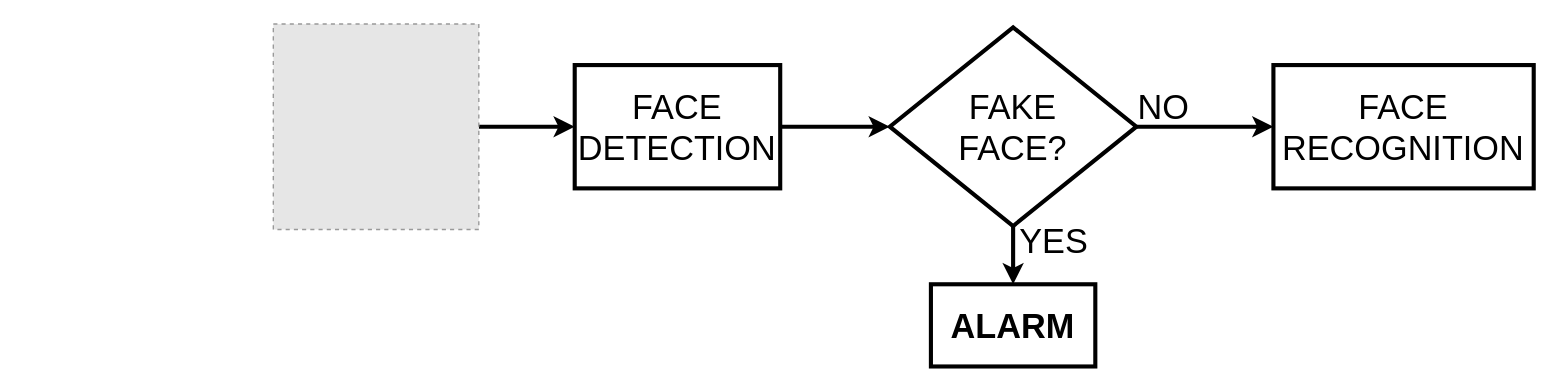
This is Untitled Diagram.drawio from DatCanCode/chart, a draw.io file, before an edit. Source tidied: cells renumbered, new cells numbered last; positions are measured from the earlier drawing's top-left corner, leaving out a move shared by most shapes. Both pictures are drawn from the tidied source at 137%, with x=0, y=0 at pixel (273, 23). Pictures stored in the file or linked from it are replaced by grey dashed boxes.
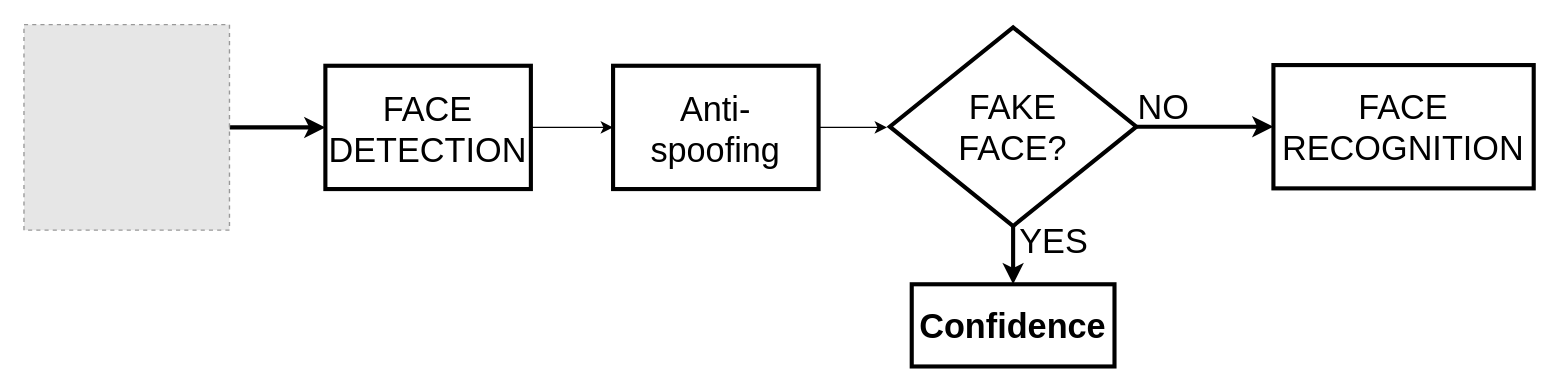
The same diagram, later.

Change to the diagram source:
```diff
@@
 <mxGraphModel>
   <root>
     <mxCell id="0" />
     <mxCell id="1" parent="0" />
     <mxCell id="2" style="edgeStyle=orthogonalEdgeStyle;rounded=0;jettySize=auto;html=1;entryX=0;entryY=0.5;entryDx=0;entryDy=0;strokeWidth=3;fontSize=25;" parent="1" edge="1" source="3" target="11">
       <mxGeometry relative="1" as="geometry" />
     </mxCell>
     <mxCell id="3" style="fillColor=#E6E6E6;strokeColor=#999999;dashed=1;verticalLabelPosition=bottom;labelBackgroundColor=#ffffff;verticalAlign=top;" parent="1" vertex="1">
-      <mxGeometry width="150" height="150" as="geometry" />
+      <mxGeometry x="-182" y="0.5" width="150" height="150" as="geometry" />
     </mxCell>
     <mxCell id="4" style="edgeStyle=orthogonalEdgeStyle;rounded=0;jettySize=auto;html=1;strokeWidth=3;fontSize=25;" parent="1" edge="1" source="6">
       <mxGeometry relative="1" as="geometry">
         <mxPoint x="730" y="75" as="targetPoint" />
       </mxGeometry>
     </mxCell>
     <mxCell id="5" style="edgeStyle=orthogonalEdgeStyle;rounded=0;jettySize=auto;html=1;strokeWidth=3;fontSize=25;" parent="1" edge="1" source="6" target="7">
       <mxGeometry relative="1" as="geometry" />
     </mxCell>
     <mxCell id="6" value="&lt;div&gt;FAKE&lt;/div&gt;&lt;div&gt;FACE?&lt;/div&gt;" style="rhombus;whiteSpace=wrap;html=1;fontSize=25;strokeWidth=3;" parent="1" vertex="1">
       <mxGeometry x="450" y="2.5" width="180" height="145" as="geometry" />
     </mxCell>
-    <mxCell id="7" value="ALARM" style="rounded=0;whiteSpace=wrap;html=1;fontStyle=1;fontSize=25;strokeWidth=3;" parent="1" vertex="1">
-      <mxGeometry x="480" y="190" width="120" height="60" as="geometry" />
+    <mxCell id="7" value="Confidence " style="rounded=0;whiteSpace=wrap;html=1;fontStyle=1;fontSize=25;strokeWidth=3;" parent="1" vertex="1">
+      <mxGeometry x="466" y="190" width="148" height="60" as="geometry" />
     </mxCell>
     <mxCell id="8" value="YES" style="text;html=1;strokeColor=none;fillColor=none;align=center;verticalAlign=middle;whiteSpace=wrap;rounded=0;fontSize=25;" parent="1" vertex="1">
       <mxGeometry x="550" y="147.5" width="40" height="20" as="geometry" />
     </mxCell>
     <mxCell id="9" value="NO" style="text;html=1;strokeColor=none;fillColor=none;align=center;verticalAlign=middle;whiteSpace=wrap;rounded=0;fontSize=25;" parent="1" vertex="1">
       <mxGeometry x="630" y="50" width="40" height="20" as="geometry" />
     </mxCell>
-    <mxCell id="10" style="edgeStyle=orthogonalEdgeStyle;rounded=0;jettySize=auto;html=1;entryX=0;entryY=0.5;entryDx=0;entryDy=0;strokeWidth=3;fontSize=25;" parent="1" edge="1" source="11" target="6">
-      <mxGeometry relative="1" as="geometry" />
-    </mxCell>
+    <mxCell id="13" style="edgeStyle=orthogonalEdgeStyle;rounded=0;jettySize=auto;html=1;exitX=1;exitY=0.5;exitDx=0;exitDy=0;entryX=0;entryY=0.5;entryDx=0;entryDy=0;" parent="1" edge="1" source="11" target="15">
+      <mxGeometry relative="1" as="geometry" />
+    </mxCell>
     <mxCell id="11" value="&lt;div&gt;FACE&lt;/div&gt;&lt;div&gt;DETECTION&lt;/div&gt;" style="rounded=0;whiteSpace=wrap;html=1;strokeWidth=3;fontSize=25;" parent="1" vertex="1">
-      <mxGeometry x="220" y="30" width="150" height="90" as="geometry" />
+      <mxGeometry x="38" y="30.5" width="150" height="90" as="geometry" />
     </mxCell>
     <mxCell id="12" value="&lt;div&gt;FACE&lt;/div&gt;&lt;div&gt;RECOGNITION&lt;/div&gt;" style="rounded=0;whiteSpace=wrap;html=1;strokeWidth=3;fontSize=25;" parent="1" vertex="1">
       <mxGeometry x="730" y="30" width="190" height="90" as="geometry" />
     </mxCell>
+    <mxCell id="14" style="edgeStyle=orthogonalEdgeStyle;rounded=0;jettySize=auto;html=1;exitX=1;exitY=0.5;exitDx=0;exitDy=0;" parent="1" edge="1" source="15">
+      <mxGeometry relative="1" as="geometry">
+        <mxPoint x="448" y="75.5" as="targetPoint" />
+      </mxGeometry>
+    </mxCell>
+    <mxCell id="15" value="&lt;div&gt;Anti-&lt;/div&gt;&lt;div&gt;spoofing&lt;/div&gt;" style="rounded=0;whiteSpace=wrap;html=1;strokeWidth=3;fontSize=25;" parent="1" vertex="1">
+      <mxGeometry x="248" y="30.5" width="150" height="90" as="geometry" />
+    </mxCell>
   </root>
 </mxGraphModel>
```
